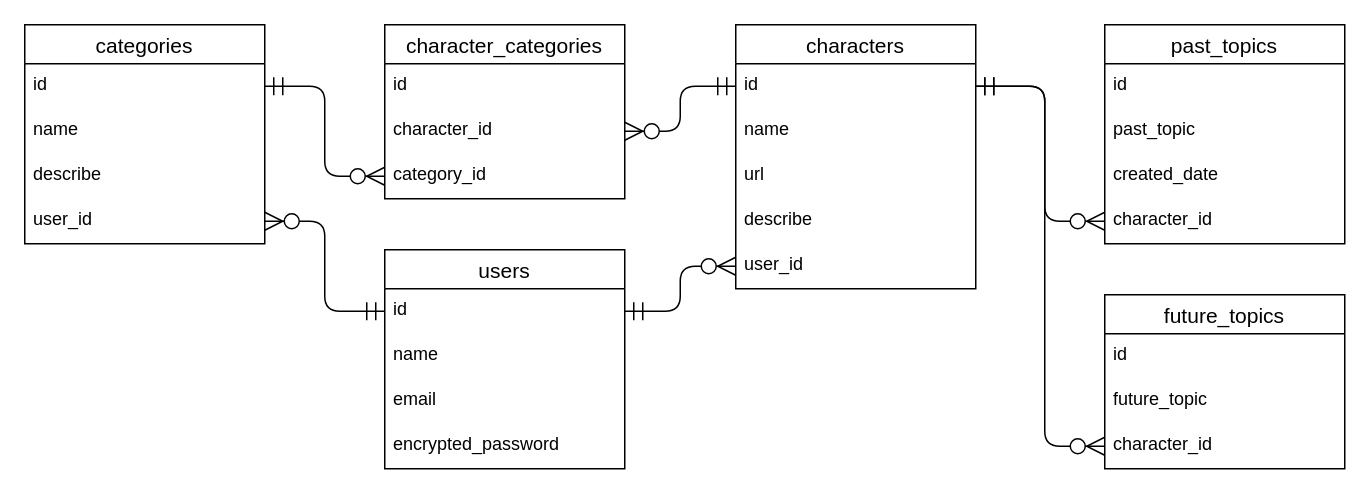
yoma2003/topic_stocker keeps this draw.io diagram as tables.drawio. Above is the earlier version. Source tidied: cells renumbered, new cells numbered last; positions are measured from the earlier drawing's top-left corner, leaving out a move shared by most shapes. Both pictures are drawn from the tidied source at 150%, with x=0, y=0 at pixel (24, 24).
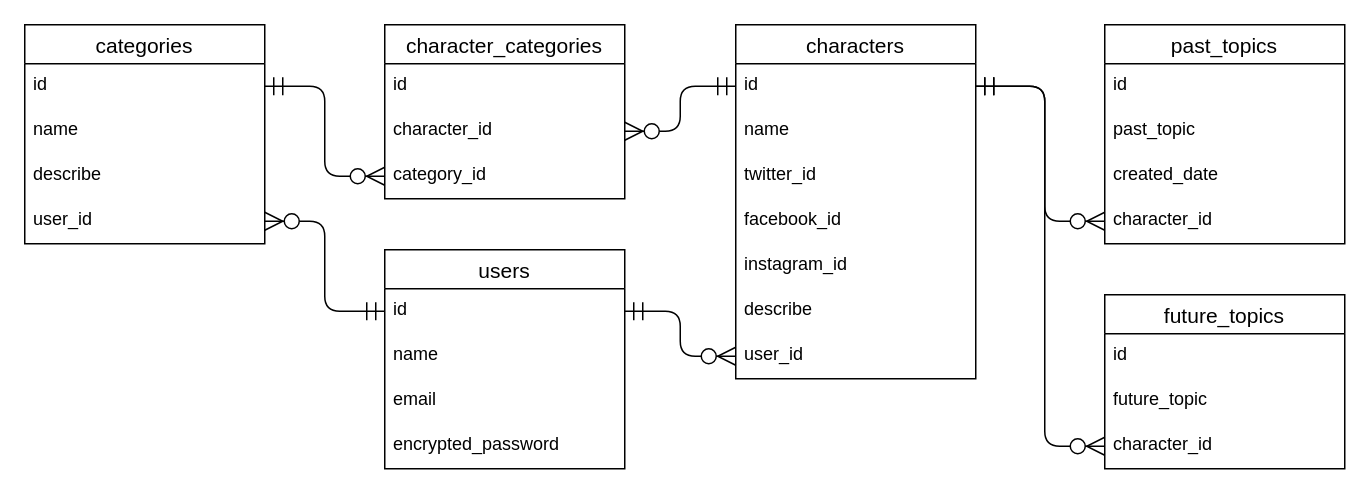
The same diagram, later.

What changed in the source:
```diff
@@
     <mxCell id="7" value="characters" style="swimlane;fontStyle=0;horizontal=1;startSize=26;align=center;fontSize=14;" parent="1" vertex="1">
-      <mxGeometry x="474" width="160" height="176" as="geometry" />
+      <mxGeometry x="474" width="160" height="236" as="geometry" />
     </mxCell>
@@
-    <mxCell id="10" value="url" style="text;strokeColor=none;fillColor=none;spacingLeft=4;spacingRight=4;overflow=hidden;fontSize=12;" parent="7" vertex="1">
+    <mxCell id="10" value="twitter_id" style="text;strokeColor=none;fillColor=none;spacingLeft=4;spacingRight=4;overflow=hidden;fontSize=12;" parent="7" vertex="1">
       <mxGeometry y="86" width="160" height="30" as="geometry" />
     </mxCell>
+    <mxCell id="37" value="facebook_id" style="text;strokeColor=none;fillColor=none;spacingLeft=4;spacingRight=4;overflow=hidden;fontSize=12;" parent="7" vertex="1">
+      <mxGeometry y="116" width="160" height="30" as="geometry" />
+    </mxCell>
+    <mxCell id="38" value="instagram_id" style="text;strokeColor=none;fillColor=none;spacingLeft=4;spacingRight=4;overflow=hidden;fontSize=12;" parent="7" vertex="1">
+      <mxGeometry y="146" width="160" height="30" as="geometry" />
+    </mxCell>
     <mxCell id="11" value="describe" style="text;strokeColor=none;fillColor=none;spacingLeft=4;spacingRight=4;overflow=hidden;fontSize=12;" parent="7" vertex="1">
-      <mxGeometry y="116" width="160" height="30" as="geometry" />
+      <mxGeometry y="176" width="160" height="30" as="geometry" />
     </mxCell>
     <mxCell id="12" value="user_id" style="text;strokeColor=none;fillColor=none;spacingLeft=4;spacingRight=4;overflow=hidden;points=[[0,0.5],[1,0.5]];portConstraint=eastwest;fontSize=12;" parent="7" vertex="1">
-      <mxGeometry y="146" width="160" height="30" as="geometry" />
+      <mxGeometry y="206" width="160" height="30" as="geometry" />
     </mxCell>
```
